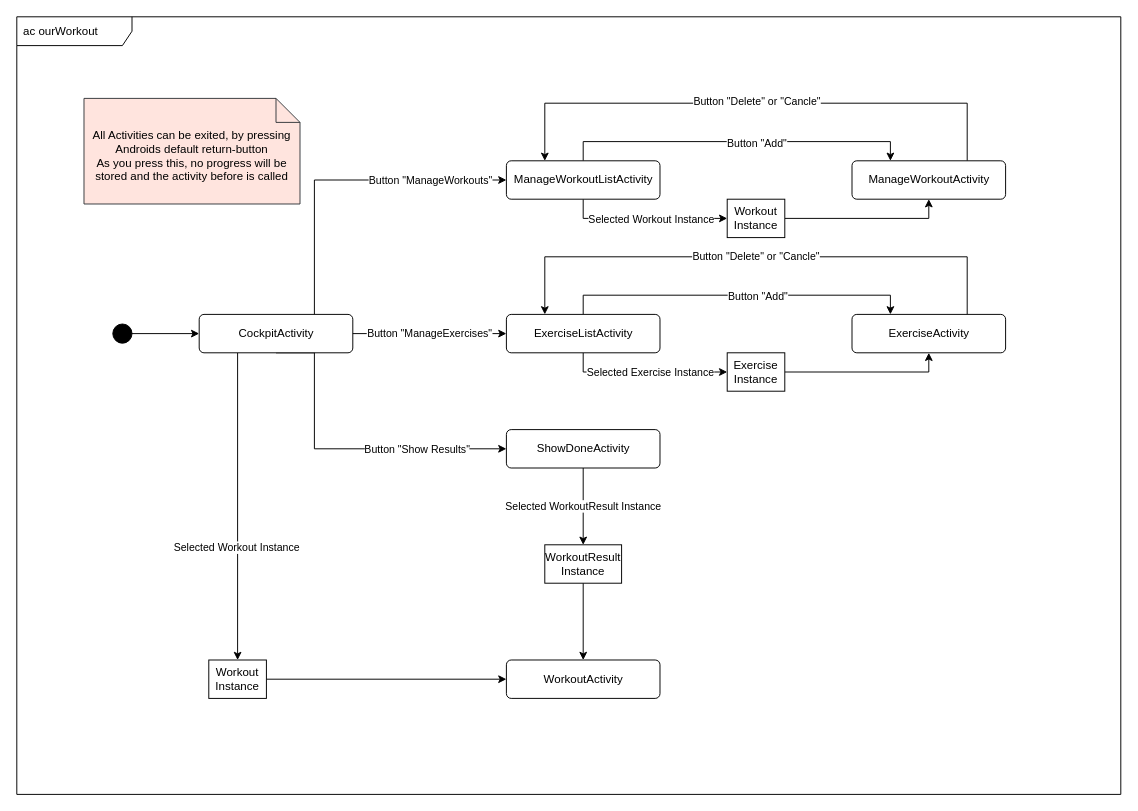
Above: page "activity-diagram" (4 of 4) of 01_Documentation/diagrams.drawio in Vollol1/ourWorkout (draw.io), before the change. Source tidied: cells renumbered, new cells numbered last; positions are measured from the earlier drawing's top-left corner, leaving out a move shared by most shapes. Both pictures are drawn from the tidied source at 96%, with x=0, y=0 at pixel (16, 16).
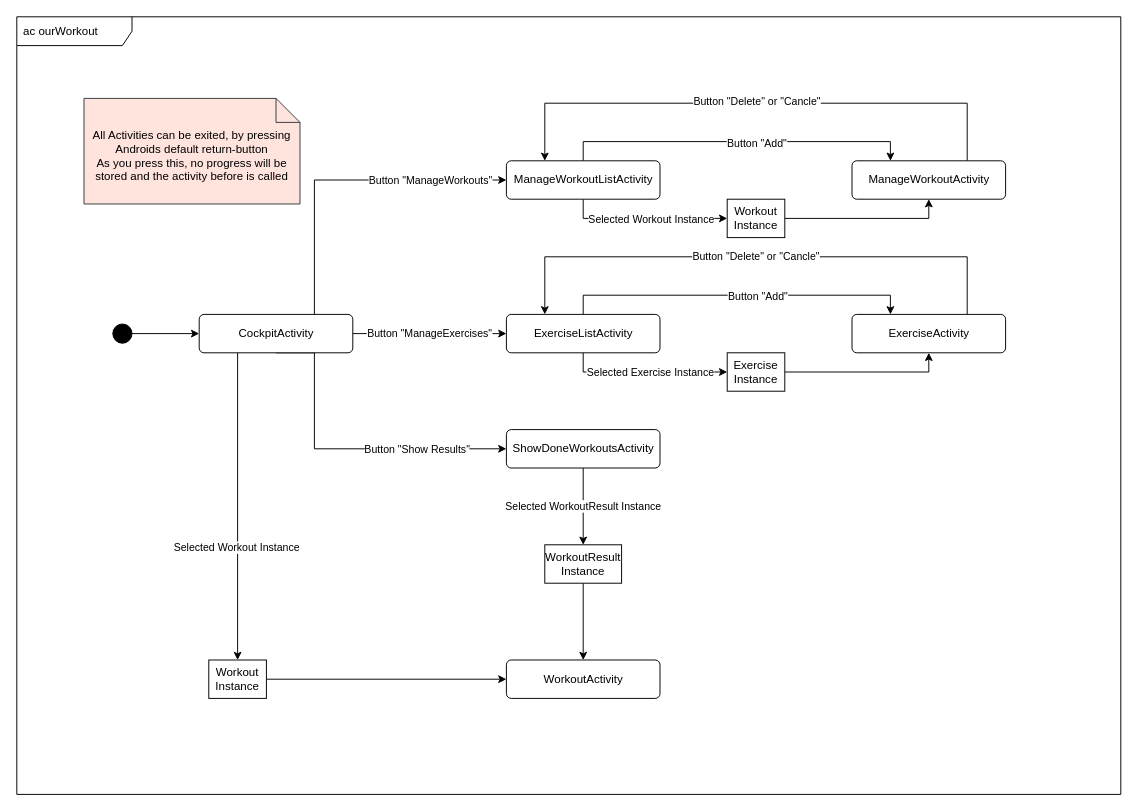
The same diagram, later.

Commit message (it also covers changes not shown here):
Small fix - Change Name of Activity

What changed in the source:
```diff
@@
-    <mxCell id="22" value="ShowDoneActivity" style="html=1;align=center;verticalAlign=middle;rounded=1;absoluteArcSize=1;arcSize=10;dashed=0;" parent="1" vertex="1">
+    <mxCell id="22" value="ShowDoneWorkoutsActivity" style="html=1;align=center;verticalAlign=middle;rounded=1;absoluteArcSize=1;arcSize=10;dashed=0;" parent="1" vertex="1">
       <mxGeometry x="510" y="430" width="160" height="40" as="geometry" />
     </mxCell>
```
